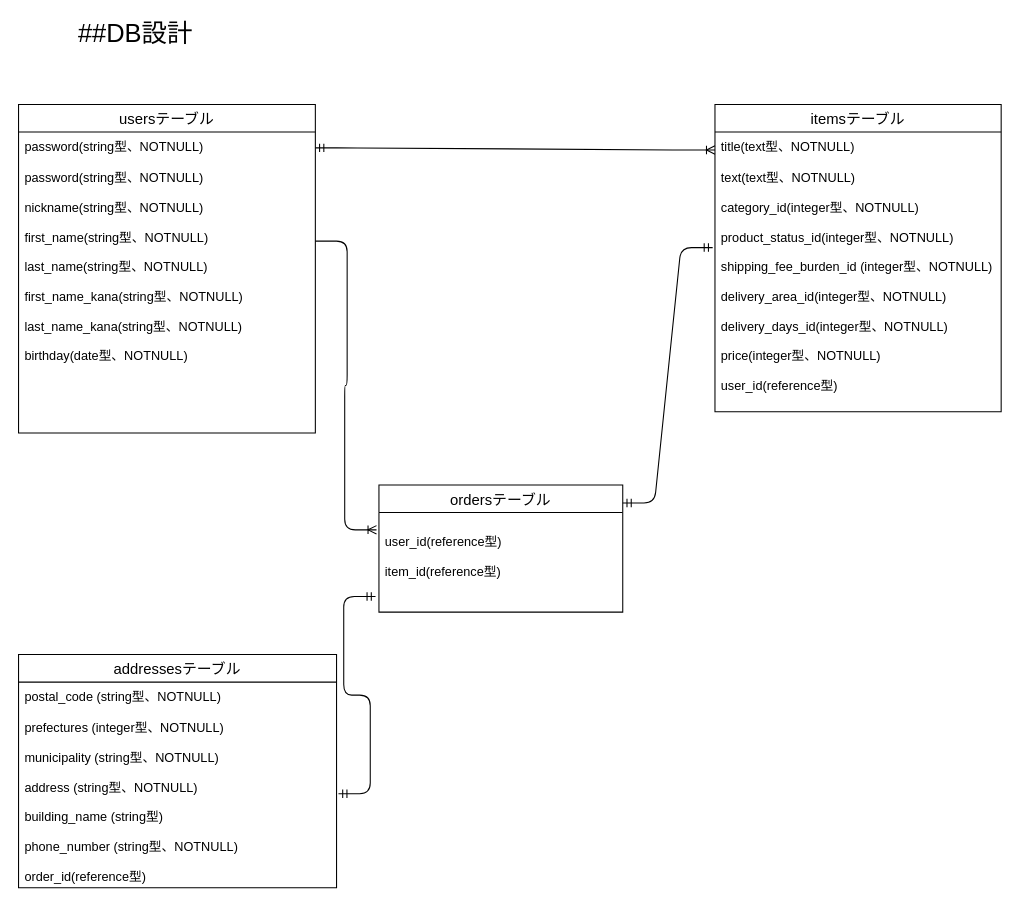
Above: ER図.dio in ryo106/furima-30940 (draw.io), before the change. Source tidied: cells renumbered, new cells numbered last; positions are measured from the earlier drawing's top-left corner, leaving out a move shared by most shapes. Both pictures are drawn from the tidied source at 106%, with x=0, y=0 at pixel (18, 18).
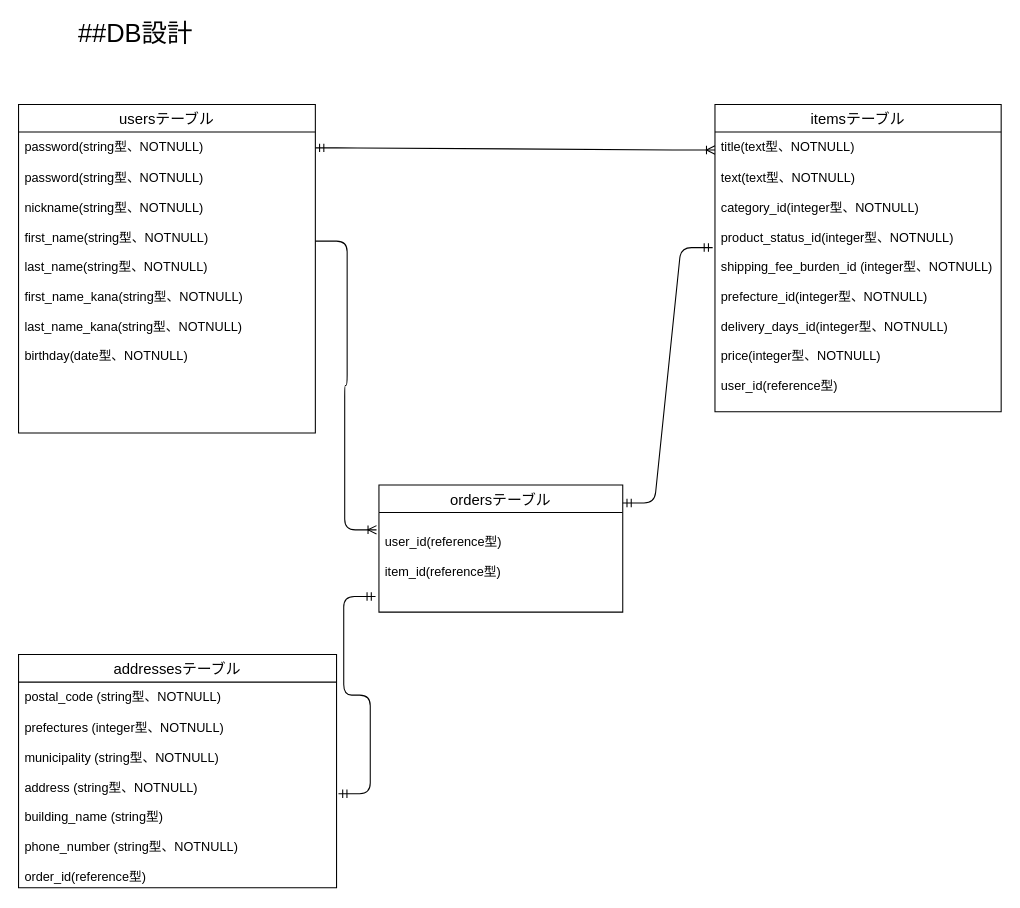
After the change.

What changed in the source:
```diff
@@
 <mxGraphModel>
   <root>
     <mxCell id="0" />
     <mxCell id="1" parent="0" />
     <mxCell id="2" value="itemsテーブル" style="swimlane;fontStyle=0;horizontal=1;startSize=26;align=center;fontSize=14;" parent="1" vertex="1">
       <mxGeometry x="657" y="81" width="270" height="290" as="geometry" />
     </mxCell>
     <mxCell id="3" value="title(text型、NOTNULL)" style="text;strokeColor=none;fillColor=none;spacingLeft=4;spacingRight=4;overflow=hidden;fontSize=12;" parent="2" vertex="1">
       <mxGeometry y="26" width="270" height="30" as="geometry" />
     </mxCell>
-    <mxCell id="4" value="text(text型、NOTNULL)&#10;&#10;category_id(integer型、NOTNULL)&#10;&#10;product_status_id(integer型、NOTNULL)&#10;&#10;shipping_fee_burden_id (integer型、NOTNULL)&#10;&#10;delivery_area_id(integer型、NOTNULL)&#10;&#10;delivery_days_id(integer型、NOTNULL)&#10;&#10;price(integer型、NOTNULL)&#10;&#10;user_id(reference型)&#10;&#10;&#10;" style="text;strokeColor=none;fillColor=none;spacingLeft=4;spacingRight=4;overflow=hidden;points=[[0,0.5],[1,0.5]];portConstraint=eastwest;fontSize=12;" parent="2" vertex="1">
+    <mxCell id="4" value="text(text型、NOTNULL)&#10;&#10;category_id(integer型、NOTNULL)&#10;&#10;product_status_id(integer型、NOTNULL)&#10;&#10;shipping_fee_burden_id (integer型、NOTNULL)&#10;&#10;prefecture_id(integer型、NOTNULL)&#10;&#10;delivery_days_id(integer型、NOTNULL)&#10;&#10;price(integer型、NOTNULL)&#10;&#10;user_id(reference型)&#10;&#10;&#10;" style="text;strokeColor=none;fillColor=none;spacingLeft=4;spacingRight=4;overflow=hidden;points=[[0,0.5],[1,0.5]];portConstraint=eastwest;fontSize=12;" parent="2" vertex="1">
       <mxGeometry y="56" width="270" height="234" as="geometry" />
     </mxCell>
     <mxCell id="5" value="usersテーブル" style="swimlane;fontStyle=0;horizontal=1;startSize=26;align=center;fontSize=14;" parent="1" vertex="1">
       <mxGeometry y="81" width="280" height="310" as="geometry" />
     </mxCell>
     <mxCell id="6" value="password(string型、NOTNULL)" style="text;strokeColor=none;fillColor=none;spacingLeft=4;spacingRight=4;overflow=hidden;points=[[0,0.5],[1,0.5]];portConstraint=eastwest;fontSize=12;" parent="5" vertex="1">
       <mxGeometry y="26" width="280" height="30" as="geometry" />
     </mxCell>
     <mxCell id="7" value="password(string型、NOTNULL)&#10;&#10;nickname(string型、NOTNULL)&#10;&#10;first_name(string型、NOTNULL)&#10;&#10;last_name(string型、NOTNULL)&#10;&#10;first_name_kana(string型、NOTNULL)&#10;&#10;last_name_kana(string型、NOTNULL)&#10;&#10;birthday(date型、NOTNULL)&#10;" style="text;strokeColor=none;fillColor=none;spacingLeft=4;spacingRight=4;overflow=hidden;fontSize=12;" parent="5" vertex="1">
       <mxGeometry y="56" width="280" height="254" as="geometry" />
     </mxCell>
     <mxCell id="8" value="ordersテーブル" style="swimlane;fontStyle=0;horizontal=1;startSize=26;align=center;fontSize=14;" parent="1" vertex="1">
       <mxGeometry x="340" y="440" width="230" height="120" as="geometry" />
     </mxCell>
     <mxCell id="9" value="&#10;user_id(reference型)&#10;&#10;item_id(reference型)" style="text;strokeColor=none;fillColor=none;spacingLeft=4;spacingRight=4;overflow=hidden;points=[[0,0.5],[1,0.5]];portConstraint=eastwest;fontSize=12;" parent="8" vertex="1">
       <mxGeometry y="26" width="230" height="94" as="geometry" />
     </mxCell>
     <mxCell id="10" value="addressesテーブル" style="swimlane;fontStyle=0;horizontal=1;startSize=26;align=center;fontSize=14;" parent="1" vertex="1">
       <mxGeometry y="600" width="300" height="220" as="geometry" />
     </mxCell>
     <mxCell id="11" value="postal_code (string型、NOTNULL)&#10;" style="text;strokeColor=none;fillColor=none;spacingLeft=4;spacingRight=4;overflow=hidden;fontSize=12;" parent="10" vertex="1">
       <mxGeometry y="26" width="300" height="30" as="geometry" />
     </mxCell>
     <mxCell id="12" value="prefectures (integer型、NOTNULL)&#10;&#10;municipality (string型、NOTNULL)&#10;&#10;address (string型、NOTNULL)&#10;&#10;building_name (string型)&#10;&#10;phone_number (string型、NOTNULL)&#10;&#10;order_id(reference型)&#10;" style="text;strokeColor=none;fillColor=none;spacingLeft=4;spacingRight=4;overflow=hidden;points=[[0,0.5],[1,0.5]];portConstraint=eastwest;fontSize=12;" parent="10" vertex="1">
       <mxGeometry y="56" width="300" height="164" as="geometry" />
     </mxCell>
     <mxCell id="13" style="edgeStyle=entityRelationEdgeStyle;fontSize=12;html=1;endArrow=ERoneToMany;startArrow=ERmandOne;entryX=0.005;entryY=0.9;entryDx=0;entryDy=0;entryPerimeter=0;exitX=1;exitY=0.5;exitDx=0;exitDy=0;" parent="1" edge="1" source="6">
       <mxGeometry relative="1" as="geometry">
         <mxPoint x="657" y="124" as="targetPoint" />
       </mxGeometry>
     </mxCell>
     <mxCell id="14" style="edgeStyle=entityRelationEdgeStyle;fontSize=12;html=1;endArrow=ERmandOne;startArrow=ERmandOne;entryX=-0.014;entryY=0.843;entryDx=0;entryDy=0;entryPerimeter=0;exitX=1.006;exitY=0.459;exitDx=0;exitDy=0;exitPerimeter=0;" parent="1" edge="1" source="12" target="9">
       <mxGeometry relative="1" as="geometry" />
     </mxCell>
     <mxCell id="15" value="##DB設計" style="text;html=1;align=center;verticalAlign=middle;fontSize=24;" parent="1" vertex="1">
       <mxGeometry x="50" width="120" height="30" as="geometry" />
     </mxCell>
     <mxCell id="16" style="edgeStyle=entityRelationEdgeStyle;fontSize=12;html=1;endArrow=ERoneToMany;entryX=-0.01;entryY=0.174;entryDx=0;entryDy=0;entryPerimeter=0;" parent="1" edge="1" target="9">
       <mxGeometry relative="1" as="geometry">
         <mxPoint x="280" y="210" as="sourcePoint" />
       </mxGeometry>
     </mxCell>
     <mxCell id="17" style="edgeStyle=entityRelationEdgeStyle;fontSize=12;html=1;endArrow=ERmandOne;startArrow=ERmandOne;entryX=-0.008;entryY=0.338;entryDx=0;entryDy=0;entryPerimeter=0;exitX=1.006;exitY=0.459;exitDx=0;exitDy=0;exitPerimeter=0;" parent="1" edge="1" target="4">
       <mxGeometry relative="1" as="geometry">
         <mxPoint x="570" y="457" as="sourcePoint" />
       </mxGeometry>
     </mxCell>
   </root>
 </mxGraphModel>
```
